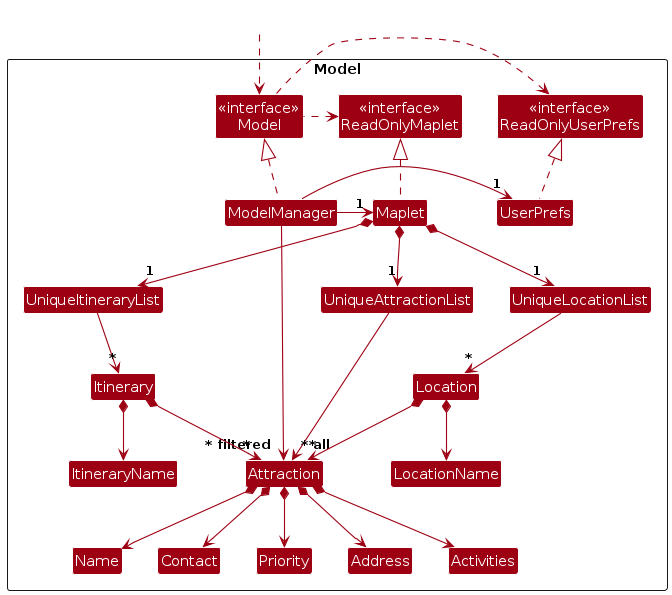
AY2526S1-CS2103T-W12-1/tp keeps this PlantUML diagram as diagrams/ModelClassDiagram.png. Above is the earlier version. Its source is kept beside it as diagrams/ModelClassDiagram.puml.
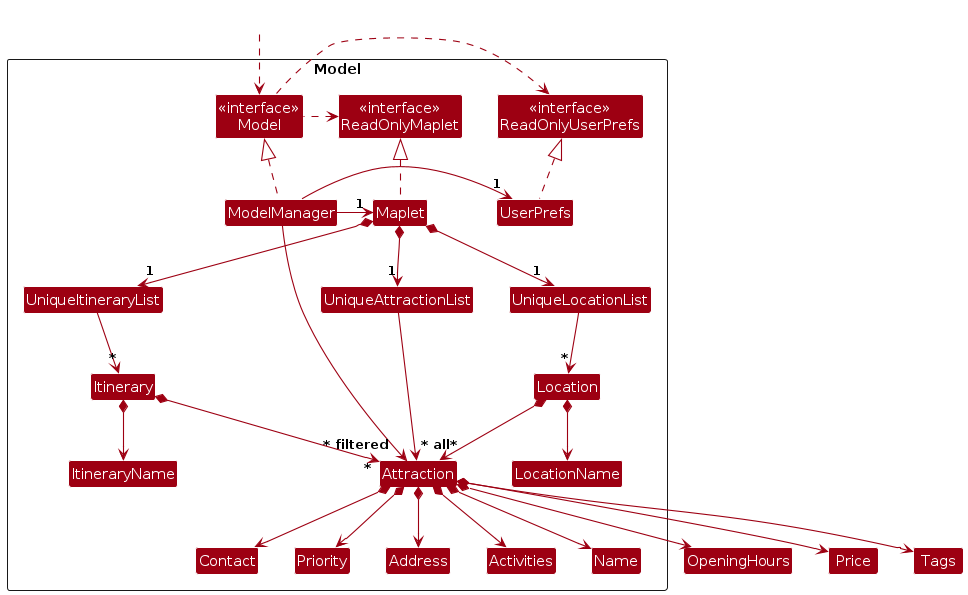
The same file after the commit.

The edit, as a diff of the source:
```diff
@@ -55,6 +55,9 @@
 Attraction *--> Priority
 Attraction *--> Address
 Attraction *--> Activities
+Attraction *--> Tags
+Attraction *--> OpeningHours
+Attraction *--> Price
 
 Maplet *--> "1" UniqueItineraryList
 UniqueItineraryList --> "*" Itinerary
```
